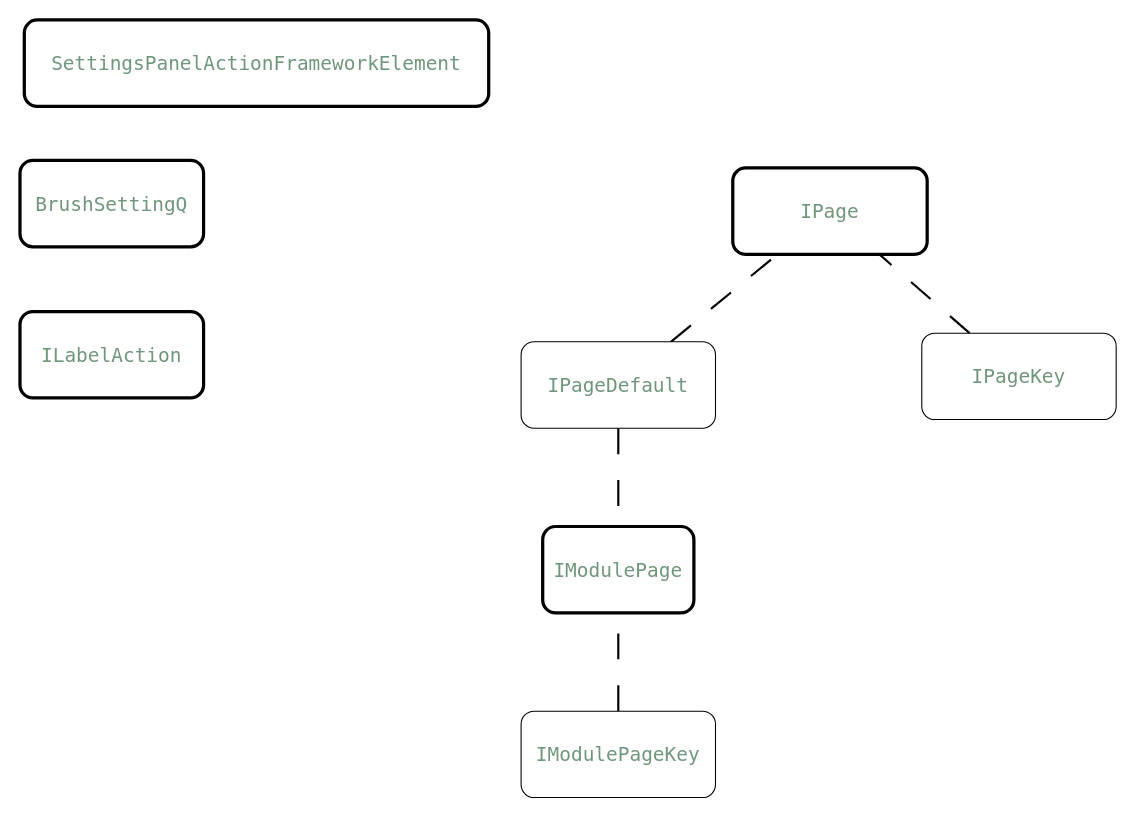
Lisyaka46/IEL keeps this draw.io diagram as page "CORE Диаграмма" (1 of 2) of IEL.drawio. Above is the earlier version. Source tidied: cells renumbered, new cells numbered last; positions are measured from the earlier drawing's top-left corner, leaving out a move shared by most shapes. Both pictures are drawn from the tidied source at 108%, with x=0, y=0 at pixel (19, 19).
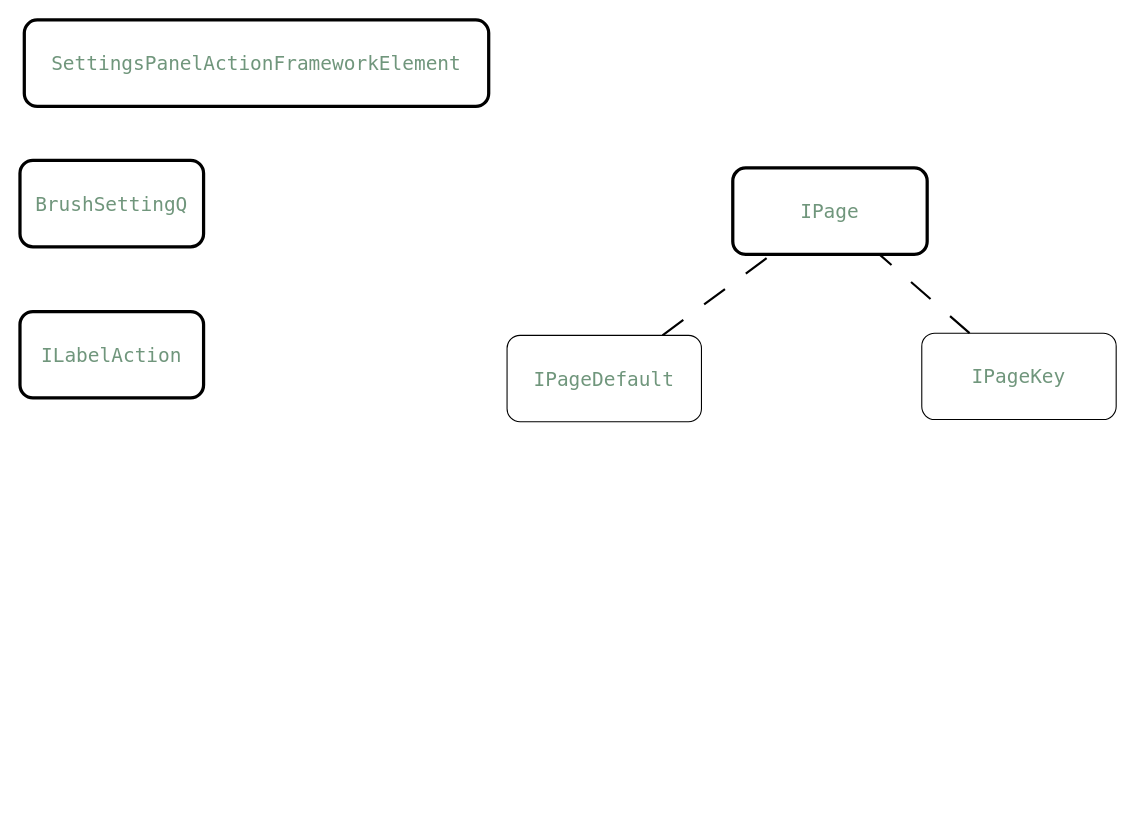
After the change.

Change to the diagram source:
```diff
@@
 <mxGraphModel>
   <root>
     <mxCell id="0" />
     <mxCell id="1" parent="0" />
-    <mxCell id="2" style="rounded=0;jettySize=auto;html=1;flowAnimation=1;dashed=1;dashPattern=12 12;endArrow=none;endFill=0;shadow=0;strokeWidth=2;fontColor=#70967C;" parent="1" edge="1" source="4" target="3">
-      <mxGeometry relative="1" as="geometry" />
-    </mxCell>
-    <mxCell id="3" value="IModulePage" style="rounded=1;whiteSpace=wrap;fontSize=18;fontColor=#70967C;fontFamily=Lucida Console;strokeWidth=3;" parent="1" vertex="1">
-      <mxGeometry x="484" y="469" width="140" height="80" as="geometry" />
-    </mxCell>
-    <mxCell id="4" value="IModulePageKey" style="rounded=1;whiteSpace=wrap;fontSize=18;fontColor=#70967C;fontFamily=Lucida Console;" parent="1" vertex="1">
-      <mxGeometry x="464" y="640" width="180" height="80" as="geometry" />
-    </mxCell>
     <mxCell id="5" value="BrushSettingQ" style="rounded=1;whiteSpace=wrap;fontSize=18;fontColor=#70967C;fontFamily=Lucida Console;strokeWidth=3;" parent="1" vertex="1">
       <mxGeometry y="130" width="170" height="80" as="geometry" />
     </mxCell>
     <mxCell id="6" value="ILabelAction" style="rounded=1;whiteSpace=wrap;fontSize=18;fontColor=#70967C;fontFamily=Lucida Console;strokeWidth=3;" parent="1" vertex="1">
       <mxGeometry y="270" width="170" height="80" as="geometry" />
     </mxCell>
     <mxCell id="7" value="SettingsPanelActionFrameworkElement" style="rounded=1;whiteSpace=wrap;fontSize=18;fontColor=#70967C;fontFamily=Lucida Console;strokeWidth=3;" parent="1" vertex="1">
       <mxGeometry x="4" width="430" height="80" as="geometry" />
     </mxCell>
     <mxCell id="8" value="IPageKey" style="rounded=1;whiteSpace=wrap;fontSize=18;fontColor=#70967C;fontFamily=Lucida Console;" parent="1" vertex="1">
       <mxGeometry x="835" y="290" width="180" height="80" as="geometry" />
     </mxCell>
     <mxCell id="9" style="rounded=1;jettySize=auto;html=1;dashed=1;dashPattern=12 12;strokeWidth=2;endArrow=none;endFill=0;flowAnimation=1;" parent="1" edge="1" source="8" target="13">
       <mxGeometry relative="1" as="geometry" />
     </mxCell>
     <mxCell id="10" style="rounded=1;jettySize=auto;html=1;strokeWidth=2;endArrow=none;endFill=0;dashed=1;dashPattern=12 12;flowAnimation=1;" parent="1" edge="1" source="12" target="13">
       <mxGeometry relative="1" as="geometry" />
     </mxCell>
-    <mxCell id="11" style="edgeStyle=none;shape=connector;rounded=0;jettySize=auto;html=1;shadow=0;dashed=1;dashPattern=12 12;strokeColor=default;strokeWidth=2;align=center;verticalAlign=middle;fontFamily=Helvetica;fontSize=11;fontColor=#70967C;labelBackgroundColor=default;endArrow=none;endFill=0;flowAnimation=1;" parent="1" edge="1" source="12" target="3">
-      <mxGeometry relative="1" as="geometry" />
-    </mxCell>
     <mxCell id="12" value="IPageDefault" style="rounded=1;whiteSpace=wrap;fontSize=18;fontColor=#70967C;fontFamily=Lucida Console;" parent="1" vertex="1">
-      <mxGeometry x="464" y="298" width="180" height="80" as="geometry" />
+      <mxGeometry x="451" y="292" width="180" height="80" as="geometry" />
     </mxCell>
     <mxCell id="13" value="IPage" style="rounded=1;whiteSpace=wrap;fontSize=18;fontColor=#70967C;fontFamily=Lucida Console;strokeWidth=3;" parent="1" vertex="1">
       <mxGeometry x="660" y="137" width="180" height="80" as="geometry" />
     </mxCell>
   </root>
 </mxGraphModel>
```
